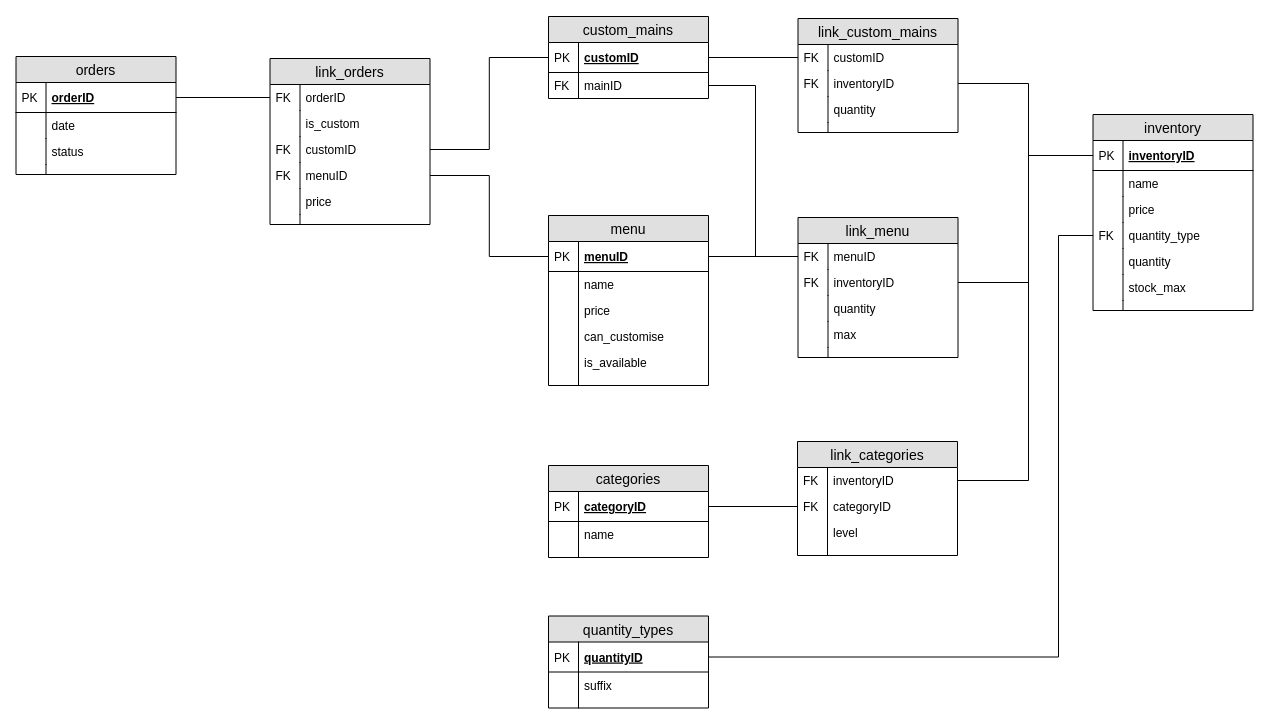
Earlier version of the draw.io diagram docs/database schema.drawio (featherbear/UNSW-COMP1531-Assignment). Source tidied: cells renumbered, new cells numbered last; positions are measured from the earlier drawing's top-left corner, leaving out a move shared by most shapes. Both pictures are drawn from the tidied source at 100%, with x=0, y=0 at pixel (16, 16).
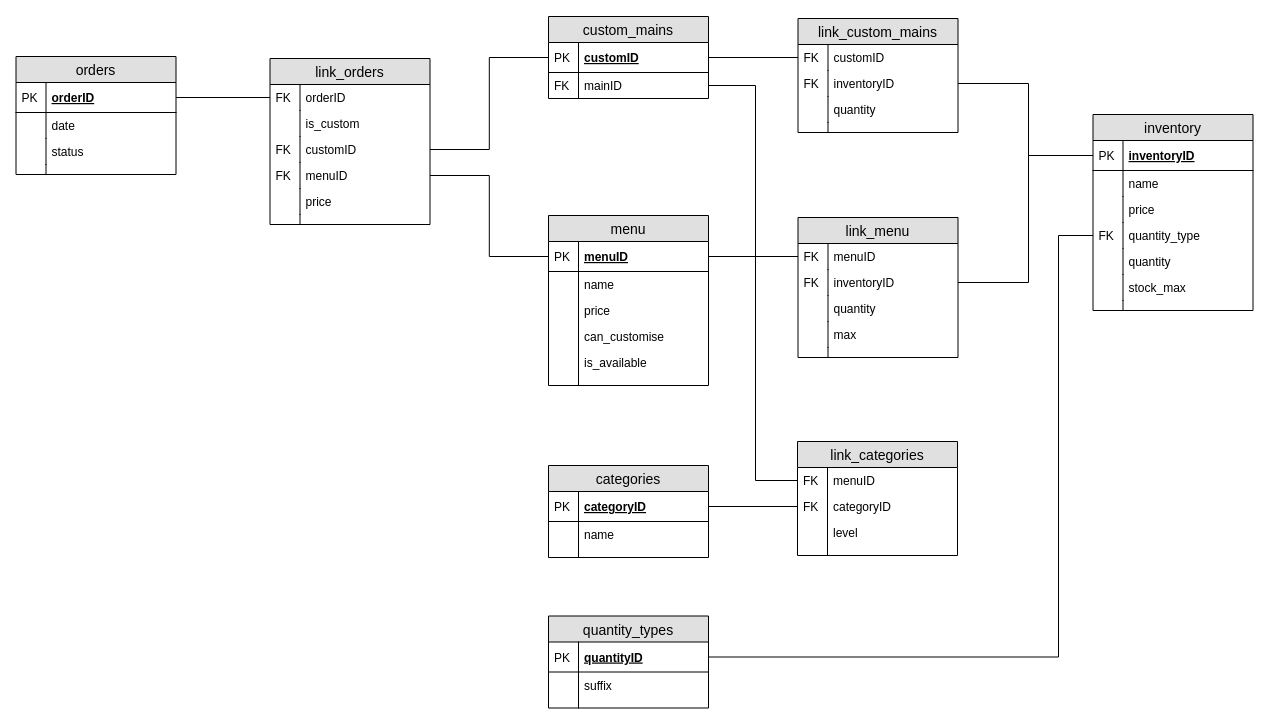
The same page after the edit.

Commit message (it also covers changes not shown here):
Database Schema | Change categories to link to `menuID` rather than `inventoryID`

The change refers to these unchanged cells:
```xml
<mxCell id="28" value="inventoryID" style="shape=partialRectangle;top=0;left=0;right=0;bottom=1;align=left;verticalAlign=middle;fillColor=none;spacingLeft=34;spacingRight=4;overflow=hidden;points=[[0,0.5],[1,0.5]];portConstraint=eastwest;fontStyle=5;fontSize=12;" parent="27" vertex="1">
  <mxGeometry y="26" width="160" height="30" as="geometry" />
</mxCell>
<mxCell id="79" value="link_categories" style="swimlane;fontStyle=0;horizontal=1;startSize=26;fillColor=#e0e0e0;swimlaneFillColor=#ffffff;align=center;fontSize=14;" parent="1" vertex="1">
  <mxGeometry x="781" y="425" width="160" height="114" as="geometry" />
</mxCell>
<mxCell id="91" value="menuID" style="shape=partialRectangle;top=0;left=0;right=0;bottom=1;align=left;verticalAlign=middle;fillColor=none;spacingLeft=34;spacingRight=4;overflow=hidden;points=[[0,0.5],[1,0.5]];portConstraint=eastwest;fontStyle=5;fontSize=12;" parent="90" vertex="1">
  <mxGeometry y="26" width="160" height="30" as="geometry" />
</mxCell>
```

What changed in the source:
```diff
@@
-    <mxCell id="80" value="inventoryID" style="shape=partialRectangle;top=0;left=0;right=0;bottom=0;align=left;verticalAlign=top;fillColor=none;spacingLeft=34;spacingRight=4;overflow=hidden;points=[[0,0.5],[1,0.5]];portConstraint=eastwest;fontSize=12;" parent="79" vertex="1">
+    <mxCell id="80" value="menuID" style="shape=partialRectangle;top=0;left=0;right=0;bottom=0;align=left;verticalAlign=top;fillColor=none;spacingLeft=34;spacingRight=4;overflow=hidden;points=[[0,0.5],[1,0.5]];portConstraint=eastwest;fontSize=12;" parent="79" vertex="1">
       <mxGeometry y="26" width="160" height="26" as="geometry" />
     </mxCell>
@@
-    <mxCell id="88" style="edgeStyle=orthogonalEdgeStyle;rounded=0;jettySize=auto;html=1;exitX=1;exitY=0.5;exitDx=0;exitDy=0;entryX=0;entryY=0.5;entryDx=0;entryDy=0;endArrow=none;endFill=0;" parent="1" edge="1" source="80" target="28">
-      <mxGeometry relative="1" as="geometry">
-        <Array as="points">
-          <mxPoint x="1012" y="464" />
-          <mxPoint x="1012" y="139" />
-        </Array>
-      </mxGeometry>
-    </mxCell>
@@
+    <mxCell id="111" style="edgeStyle=orthogonalEdgeStyle;rounded=0;jettySize=auto;html=1;exitX=1;exitY=0.5;exitDx=0;exitDy=0;entryX=0;entryY=0.5;entryDx=0;entryDy=0;endArrow=none;endFill=0;" parent="1" edge="1" source="91" target="80">
+      <mxGeometry relative="1" as="geometry">
+        <Array as="points">
+          <mxPoint x="739" y="240" />
+          <mxPoint x="739" y="464" />
+        </Array>
+      </mxGeometry>
+    </mxCell>
```
